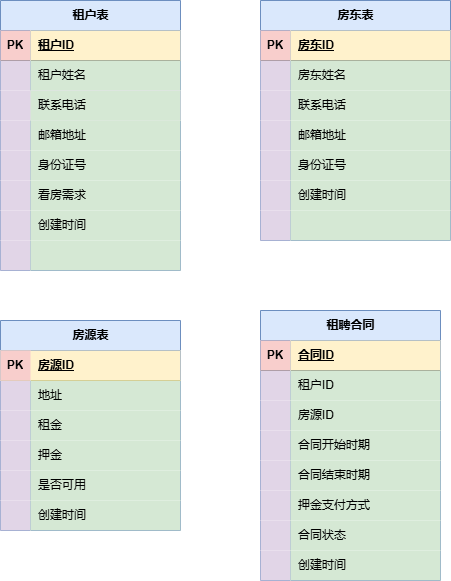
This is Plans/表设计.png from 1228785484/RentHouseThing, a draw.io export, as it was before one commit. Source tidied: cells renumbered, new cells last; positions are measured from the earlier drawing's top-left corner, leaving out a move shared by most shapes.
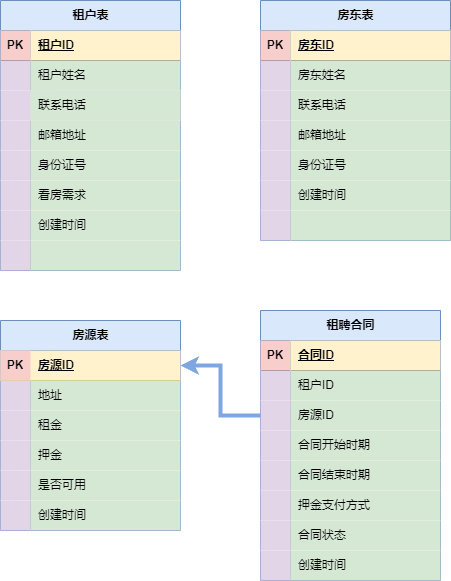
The same diagram one commit later.

What changed in the source:
```diff
@@ -278,5 +278,8 @@
     <mxCell id="93" value="创建时间" style="shape=partialRectangle;fillColor=#d5e8d4;top=0;left=0;bottom=0;right=0;align=left;spacingLeft=6;overflow=hidden;whiteSpace=wrap;html=1;strokeColor=#82b366;" parent="91" vertex="1">
       <mxGeometry x="30" width="150" height="30" as="geometry" />
     </mxCell>
+    <mxCell id="94" style="edgeStyle=orthogonalEdgeStyle;shape=connector;rounded=0;jettySize=auto;html=1;entryX=1;entryY=0.5;entryDx=0;entryDy=0;strokeColor=#7EA6E0;strokeWidth=4;align=center;verticalAlign=middle;fontFamily=Helvetica;fontSize=11;fontColor=default;labelBackgroundColor=default;endArrow=classic;" parent="1" edge="1" source="76" target="51">
+      <mxGeometry relative="1" as="geometry" />
+    </mxCell>
   </root>
 </mxGraphModel>
```
